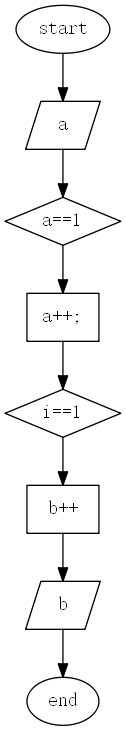
Before: graph.png, a diagram exported from Graphviz (TomSawyer2/C-transform). Its source is kept beside it as graph.dot. Source of this version:
```dot
digraph {
edge [fontname="FangSong"];
node [shape=box, fontname="SimSun" size="20,20"];
start [shape=ellipse, label="start"];
start->equal52;
equal52 [shape=parallelogram, label="a"];
equal52->equal60
equal60 [shape=diamond, label="a==1"];
equal60->equal68
equal68 [shape=box, label="a++;
"];
equal68->equal80
equal80 [shape=diamond, label="i==1"];
equal80->equal88
equal88 [shape=box, label="b++
"];
equal88->equal103;
equal103 [shape=parallelogram, label="b"];
equal103->end;
end [shape=ellipse, label="end"];
}
```
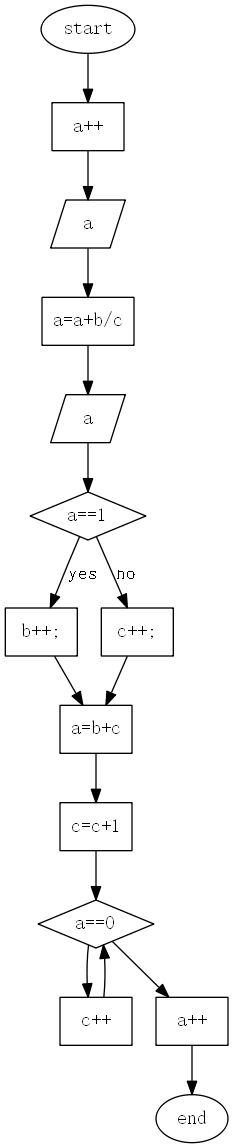
Above is the later version.

The edit, as a diff of the source:
```diff
@@ -2,20 +2,34 @@
 edge [fontname="FangSong"];
 node [shape=box, fontname="SimSun" size="20,20"];
 start [shape=ellipse, label="start"];
-start->equal52;
-equal52 [shape=parallelogram, label="a"];
-equal52->equal60
-equal60 [shape=diamond, label="a==1"];
-equal60->equal68
-equal68 [shape=box, label="a++;
+start->equal1;
+equal1 [shape=box, label="a++"];
+equal1->equal2;
+equal2 [shape=parallelogram, label="a"];
+equal2->equal3;
+equal3 [shape=box, label="a=a+b/c"];
+equal3->equal4;
+equal4 [shape=parallelogram, label="a"];
+equal4->equal5
+equal5 [shape=diamond, label="a==1"];
+equal5->equal6[label="yes"];
+equal6 [shape=box, label="b++;
 "];
-equal68->equal80
-equal80 [shape=diamond, label="i==1"];
-equal80->equal88
-equal88 [shape=box, label="b++
+equal5->equal7[label="no"];
+equal7 [shape=box, label="c++;
 "];
-equal88->equal103;
-equal103 [shape=parallelogram, label="b"];
-equal103->end;
+equal6,equal7->equal8;
+equal8 [shape=box, label="a=b+c"];
+equal8->equal9;
+equal9 [shape=box, label="c=c+1"];
+equal9->equal10
+equal10 [shape=diamond, label="a==0"];
+equal10->equal11
+equal11 [shape=box, label="c++
+"];
+equal11->equal10
+equal10->equal12;
+equal12 [shape=box, label="a++"];
+equal12->end;
 end [shape=ellipse, label="end"];
 }
```
